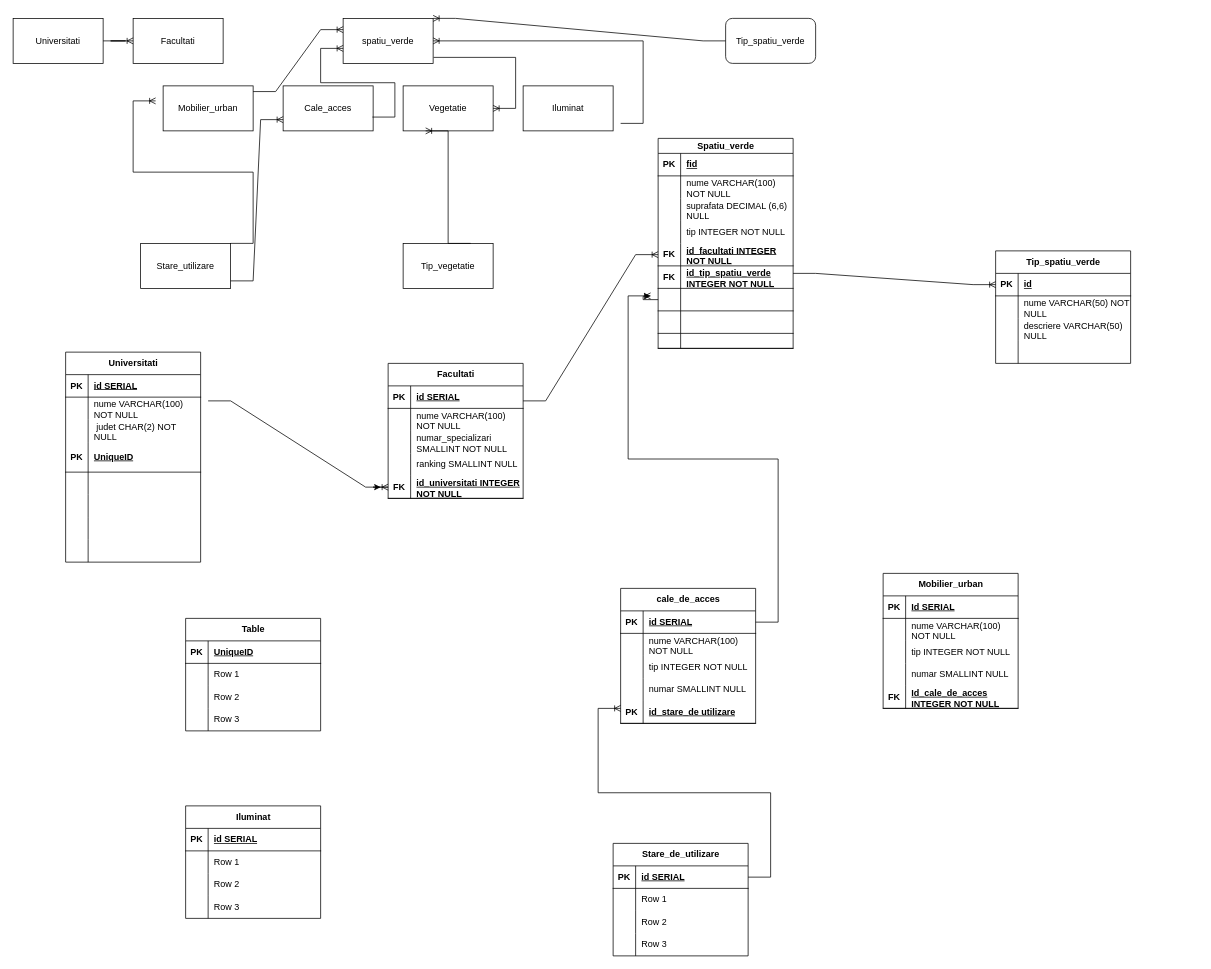
Before: Diagramă fără titlu.drawio in AlexGorauvt/examen-sem-1, a draw.io diagram. Source tidied: cells renumbered, new cells numbered last; positions are measured from the earlier drawing's top-left corner, leaving out a move shared by most shapes. Both pictures are drawn from the tidied source at 75%, with x=0, y=0 at pixel (-249, 18).
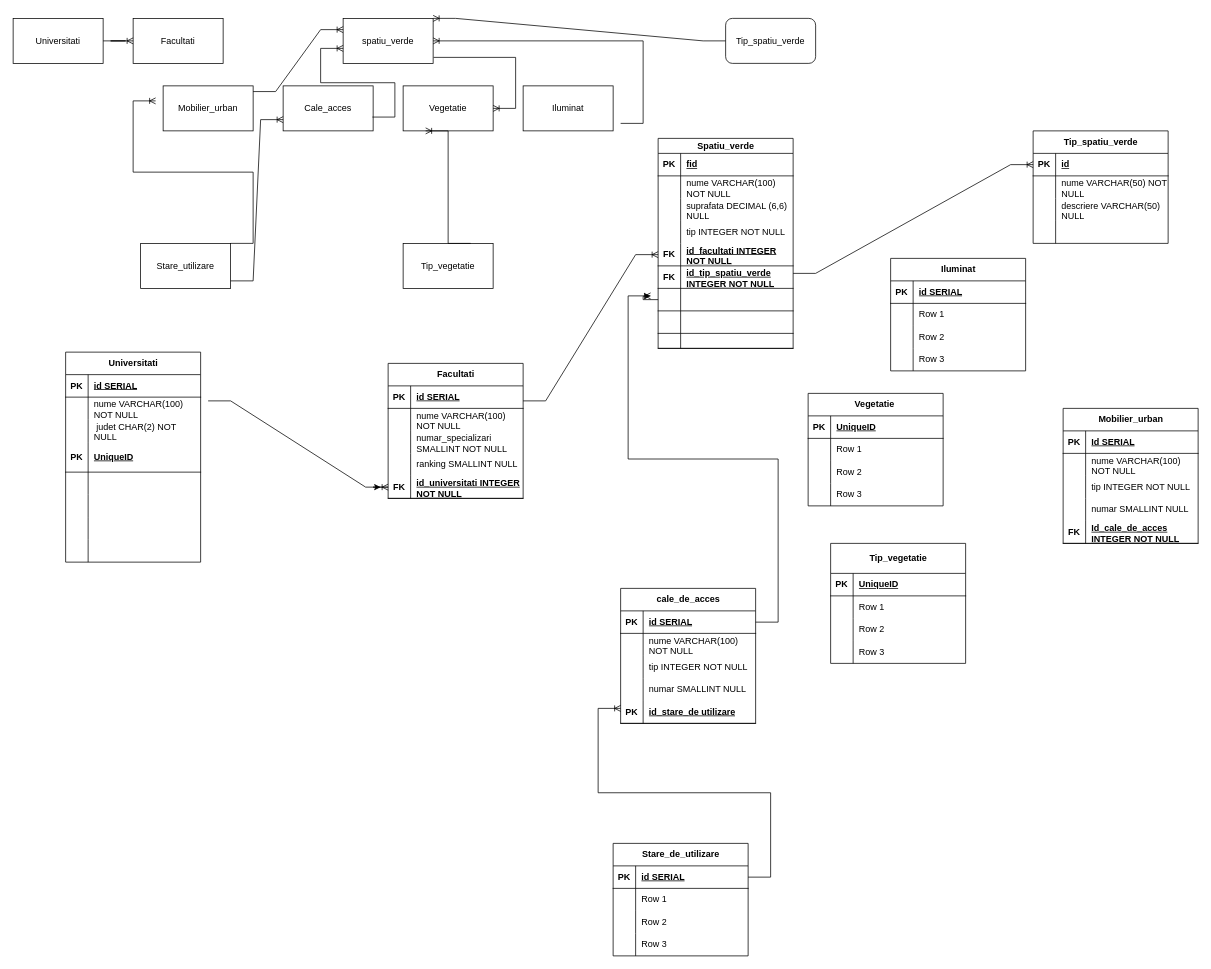
The same page after the edit.

The edit, as a diff of the source:
```diff
@@
     <mxCell id="93" value="Tip_spatiu_verde" style="shape=table;startSize=30;childLayout=tableLayout;rowLines=0;fontStyle=1;align=center;html=1;" parent="1" vertex="1">
-      <mxGeometry x="1659" y="310" width="180" height="150" as="geometry" />
+      <mxGeometry x="1709" y="150" width="180" height="150" as="geometry" />
     </mxCell>
@@
     <mxCell id="107" value="Mobilier_urban" style="shape=table;startSize=30;childLayout=tableLayout;rowLines=0;fontStyle=1;align=center;html=1;" parent="1" vertex="1">
-      <mxGeometry x="1509" y="740" width="180" height="180" as="geometry" />
+      <mxGeometry x="1749" y="520" width="180" height="180" as="geometry" />
     </mxCell>
@@
     <mxCell id="139" value="Iluminat" style="shape=table;startSize=30;childLayout=tableLayout;rowLines=0;fontStyle=1;align=center;html=1;" parent="1" vertex="1">
-      <mxGeometry x="579" y="1050" width="180" height="150" as="geometry" />
+      <mxGeometry x="1519" y="320" width="180" height="150" as="geometry" />
     </mxCell>
@@
-    <mxCell id="152" value="Table" style="shape=table;startSize=30;childLayout=tableLayout;rowLines=0;fontStyle=1;align=center;html=1;" parent="1" vertex="1">
-      <mxGeometry x="579" y="800" width="180" height="150" as="geometry" />
+    <mxCell id="152" value="Vegetatie&amp;nbsp;" style="shape=table;startSize=30;childLayout=tableLayout;rowLines=0;fontStyle=1;align=center;html=1;" parent="1" vertex="1">
+      <mxGeometry x="1409" y="500" width="180" height="150" as="geometry" />
     </mxCell>
@@
+    <mxCell id="181" value="Tip_vegetatie" style="shape=table;startSize=40;childLayout=tableLayout;rowLines=0;fontStyle=1;align=center;html=1;" parent="1" vertex="1">
+      <mxGeometry x="1439" y="700" width="180" height="160" as="geometry" />
+    </mxCell>
+    <mxCell id="182" style="shape=tableRow;horizontal=0;startSize=0;swimlaneHead=0;swimlaneBody=0;fillColor=none;top=0;left=0;right=0;bottom=1;" parent="181" vertex="1">
+      <mxGeometry y="40" width="180" height="30" as="geometry" />
+    </mxCell>
+    <mxCell id="183" value="PK" style="shape=partialRectangle;fillColor=none;top=0;left=0;bottom=0;right=0;fontStyle=1;overflow=hidden;whiteSpace=wrap;html=1;" parent="182" vertex="1">
+      <mxGeometry width="30" height="30" as="geometry" />
+    </mxCell>
+    <mxCell id="184" value="UniqueID" style="shape=partialRectangle;fillColor=none;top=0;left=0;bottom=0;right=0;align=left;spacingLeft=6;fontStyle=5;overflow=hidden;whiteSpace=wrap;html=1;" parent="182" vertex="1">
+      <mxGeometry x="30" width="150" height="30" as="geometry" />
+    </mxCell>
+    <mxCell id="185" style="shape=tableRow;horizontal=0;startSize=0;swimlaneHead=0;swimlaneBody=0;fillColor=none;top=0;left=0;right=0;bottom=0;" parent="181" vertex="1">
+      <mxGeometry y="70" width="180" height="30" as="geometry" />
+    </mxCell>
+    <mxCell id="186" style="shape=partialRectangle;fillColor=none;top=0;left=0;bottom=0;right=0;overflow=hidden;whiteSpace=wrap;html=1;" parent="185" vertex="1">
+      <mxGeometry width="30" height="30" as="geometry" />
+    </mxCell>
+    <mxCell id="187" value="Row 1" style="shape=partialRectangle;fillColor=none;top=0;left=0;bottom=0;right=0;align=left;spacingLeft=6;overflow=hidden;whiteSpace=wrap;html=1;" parent="185" vertex="1">
+      <mxGeometry x="30" width="150" height="30" as="geometry" />
+    </mxCell>
+    <mxCell id="188" style="shape=tableRow;horizontal=0;startSize=0;swimlaneHead=0;swimlaneBody=0;fillColor=none;top=0;left=0;right=0;bottom=0;" parent="181" vertex="1">
+      <mxGeometry y="100" width="180" height="30" as="geometry" />
+    </mxCell>
+    <mxCell id="189" style="shape=partialRectangle;fillColor=none;top=0;left=0;bottom=0;right=0;overflow=hidden;whiteSpace=wrap;html=1;" parent="188" vertex="1">
+      <mxGeometry width="30" height="30" as="geometry" />
+    </mxCell>
+    <mxCell id="190" value="Row 2" style="shape=partialRectangle;fillColor=none;top=0;left=0;bottom=0;right=0;align=left;spacingLeft=6;overflow=hidden;whiteSpace=wrap;html=1;" parent="188" vertex="1">
+      <mxGeometry x="30" width="150" height="30" as="geometry" />
+    </mxCell>
+    <mxCell id="191" style="shape=tableRow;horizontal=0;startSize=0;swimlaneHead=0;swimlaneBody=0;fillColor=none;top=0;left=0;right=0;bottom=0;" parent="181" vertex="1">
+      <mxGeometry y="130" width="180" height="30" as="geometry" />
+    </mxCell>
+    <mxCell id="192" style="shape=partialRectangle;fillColor=none;top=0;left=0;bottom=0;right=0;overflow=hidden;whiteSpace=wrap;html=1;" parent="191" vertex="1">
+      <mxGeometry width="30" height="30" as="geometry" />
+    </mxCell>
+    <mxCell id="193" value="Row 3" style="shape=partialRectangle;fillColor=none;top=0;left=0;bottom=0;right=0;align=left;spacingLeft=6;overflow=hidden;whiteSpace=wrap;html=1;" parent="191" vertex="1">
+      <mxGeometry x="30" width="150" height="30" as="geometry" />
+    </mxCell>
```
